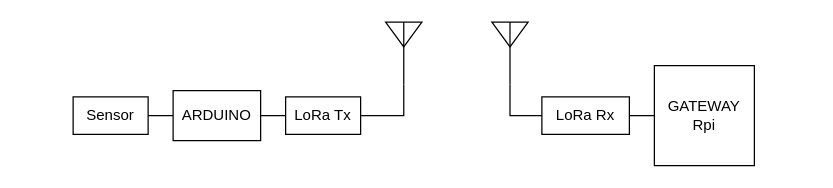
Before: page "Page-1" (1 of 2) of docs/diagram.drawio in gonzadavidov/LoRaWAN-Gateway, a draw.io diagram. Source tidied: cells renumbered, new cells numbered last; positions are measured from the earlier drawing's top-left corner, leaving out a move shared by most shapes. Both pictures are drawn from the tidied source at 125%, with x=0, y=0 at pixel (72, 21).
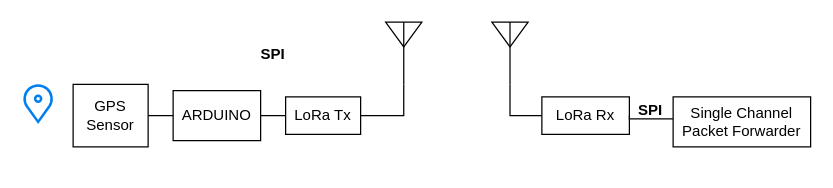
Above is the later version.

Change to the diagram source:
```diff
@@
 <mxGraphModel>
   <root>
     <mxCell id="0" />
     <mxCell id="1" parent="0" />
     <mxCell id="2" style="edgeStyle=orthogonalEdgeStyle;rounded=0;jettySize=auto;html=1;exitX=0.5;exitY=1;exitDx=0;exitDy=0;exitPerimeter=0;entryX=1;entryY=0.5;entryDx=0;entryDy=0;endArrow=none;endFill=0;" parent="1" edge="1" source="3" target="6">
       <mxGeometry relative="1" as="geometry" />
     </mxCell>
     <mxCell id="3" style="verticalLabelPosition=bottom;shadow=0;dashed=0;align=center;html=1;verticalAlign=top;shape=mxgraph.electrical.radio.aerial_-_antenna_2;" parent="1" vertex="1">
       <mxGeometry x="250" width="29" height="50" as="geometry" />
     </mxCell>
     <mxCell id="4" style="edgeStyle=orthogonalEdgeStyle;rounded=0;jettySize=auto;html=1;exitX=0.5;exitY=1;exitDx=0;exitDy=0;exitPerimeter=0;entryX=0;entryY=0.5;entryDx=0;entryDy=0;endArrow=none;endFill=0;" parent="1" edge="1" source="5" target="7">
       <mxGeometry relative="1" as="geometry">
         <Array as="points">
           <mxPoint x="350" y="75" />
         </Array>
       </mxGeometry>
     </mxCell>
     <mxCell id="5" style="verticalLabelPosition=bottom;shadow=0;dashed=0;align=center;html=1;verticalAlign=top;shape=mxgraph.electrical.radio.aerial_-_antenna_2;" parent="1" vertex="1">
       <mxGeometry x="335" width="29" height="50" as="geometry" />
     </mxCell>
     <mxCell id="6" value="LoRa Tx" style="rounded=0;whiteSpace=wrap;html=1;" parent="1" vertex="1">
       <mxGeometry x="170" y="60" width="60" height="30" as="geometry" />
     </mxCell>
     <mxCell id="7" value="LoRa Rx" style="rounded=0;whiteSpace=wrap;html=1;" parent="1" vertex="1">
       <mxGeometry x="375" y="60" width="70" height="30" as="geometry" />
     </mxCell>
-    <mxCell id="8" style="edgeStyle=orthogonalEdgeStyle;rounded=0;jettySize=auto;html=1;exitX=0;exitY=0.5;exitDx=0;exitDy=0;entryX=1;entryY=0.5;entryDx=0;entryDy=0;endArrow=none;endFill=0;" parent="1" edge="1" source="9" target="7">
-      <mxGeometry relative="1" as="geometry" />
+    <mxCell id="8" style="edgeStyle=orthogonalEdgeStyle;rounded=0;jettySize=auto;html=1;exitX=0;exitY=0.5;exitDx=0;exitDy=0;entryX=1;entryY=0.5;entryDx=0;entryDy=0;endArrow=none;endFill=0;" parent="1" edge="1" target="7">
+      <mxGeometry relative="1" as="geometry">
+        <mxPoint x="480" y="77.5" as="sourcePoint" />
+      </mxGeometry>
     </mxCell>
-    <mxCell id="9" value="GATEWAY&lt;br&gt;Rpi" style="whiteSpace=wrap;html=1;" parent="1" vertex="1">
-      <mxGeometry x="465" y="35" width="80" height="80" as="geometry" />
-    </mxCell>
     <mxCell id="10" style="edgeStyle=orthogonalEdgeStyle;rounded=0;jettySize=auto;html=1;exitX=1;exitY=0.5;exitDx=0;exitDy=0;entryX=0;entryY=0.5;entryDx=0;entryDy=0;endArrow=none;endFill=0;" parent="1" edge="1" source="11" target="6">
       <mxGeometry relative="1" as="geometry" />
     </mxCell>
     <mxCell id="11" value="ARDUINO" style="rounded=0;whiteSpace=wrap;html=1;" parent="1" vertex="1">
       <mxGeometry x="80" y="55" width="70" height="40" as="geometry" />
     </mxCell>
     <mxCell id="12" style="edgeStyle=orthogonalEdgeStyle;rounded=0;jettySize=auto;html=1;exitX=1;exitY=0.5;exitDx=0;exitDy=0;entryX=0;entryY=0.5;entryDx=0;entryDy=0;endArrow=none;endFill=0;" parent="1" edge="1" source="13" target="11">
       <mxGeometry relative="1" as="geometry" />
     </mxCell>
-    <mxCell id="13" value="Sensor" style="rounded=0;whiteSpace=wrap;html=1;" parent="1" vertex="1">
-      <mxGeometry y="60" width="60" height="30" as="geometry" />
+    <mxCell id="13" value="GPS&lt;br&gt;Sensor" style="rounded=0;whiteSpace=wrap;html=1;" parent="1" vertex="1">
+      <mxGeometry y="50" width="60" height="50" as="geometry" />
     </mxCell>
+    <mxCell id="14" style="html=1;verticalLabelPosition=bottom;align=center;labelBackgroundColor=#ffffff;verticalAlign=top;strokeWidth=2;strokeColor=#0080F0;shadow=0;dashed=0;shape=mxgraph.ios7.icons.location;" parent="1" vertex="1">
+      <mxGeometry x="-40" y="50" width="24" height="30" as="geometry" />
+    </mxCell>
+    <mxCell id="15" value="&lt;span&gt;Single Channel Packet Forwarder&lt;/span&gt;" style="rounded=0;whiteSpace=wrap;html=1;" parent="1" vertex="1">
+      <mxGeometry x="480" y="60" width="110" height="40" as="geometry" />
+    </mxCell>
+    <mxCell id="16" value="SPI" style="text;html=1;strokeColor=none;fillColor=none;align=center;verticalAlign=middle;whiteSpace=wrap;rounded=0;fontStyle=1;" parent="1" vertex="1">
+      <mxGeometry x="442" y="61" width="40" height="20" as="geometry" />
+    </mxCell>
+    <mxCell id="17" value="SPI" style="text;html=1;strokeColor=none;fillColor=none;align=center;verticalAlign=middle;whiteSpace=wrap;rounded=0;fontStyle=1;" parent="1" vertex="1">
+      <mxGeometry x="140" y="16" width="40" height="20" as="geometry" />
+    </mxCell>
   </root>
 </mxGraphModel>
```
